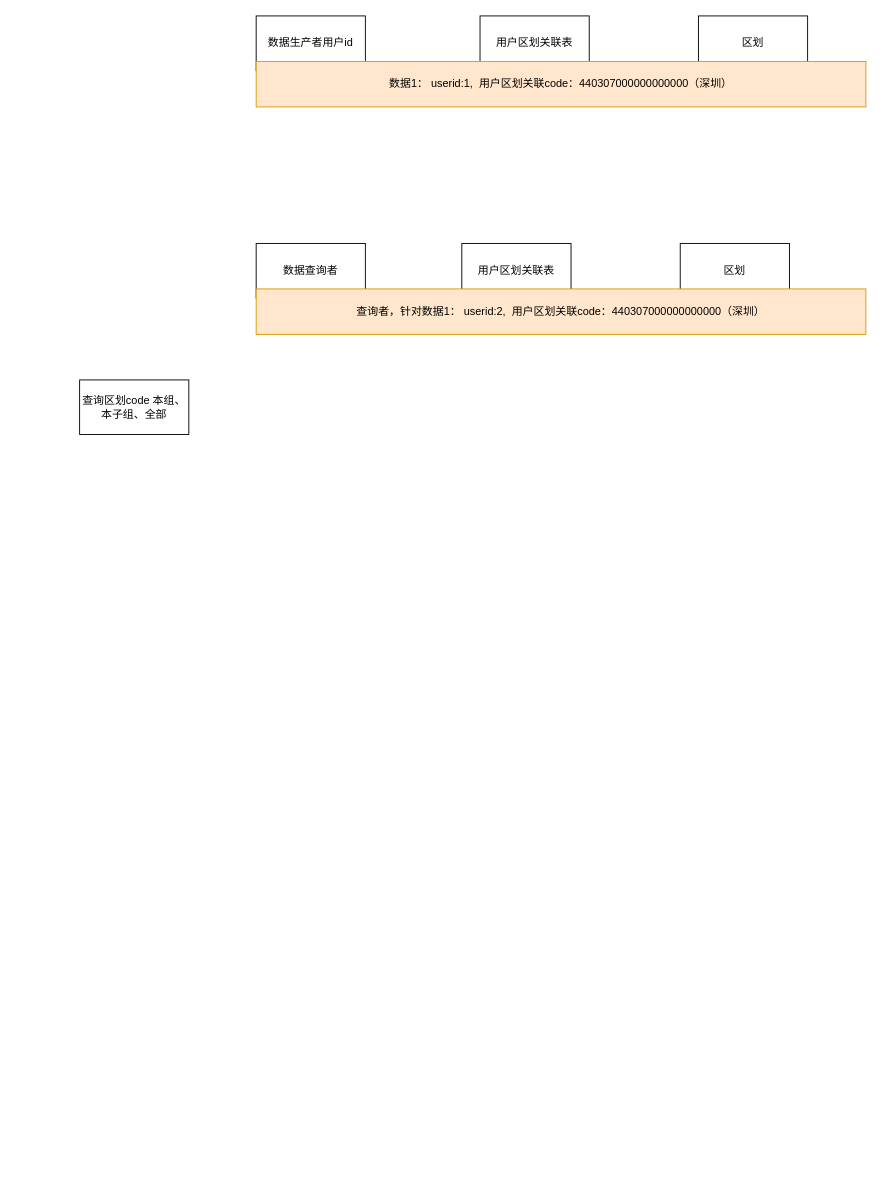
Before: qh/用户中心.drawio in shaominghuiwhatsup/graph, a draw.io diagram. Source tidied: cells renumbered, new cells numbered last; positions are measured from the earlier drawing's top-left corner, leaving out a move shared by most shapes. Both pictures are drawn from the tidied source at 91%, with x=0, y=0 at pixel (79, 15).
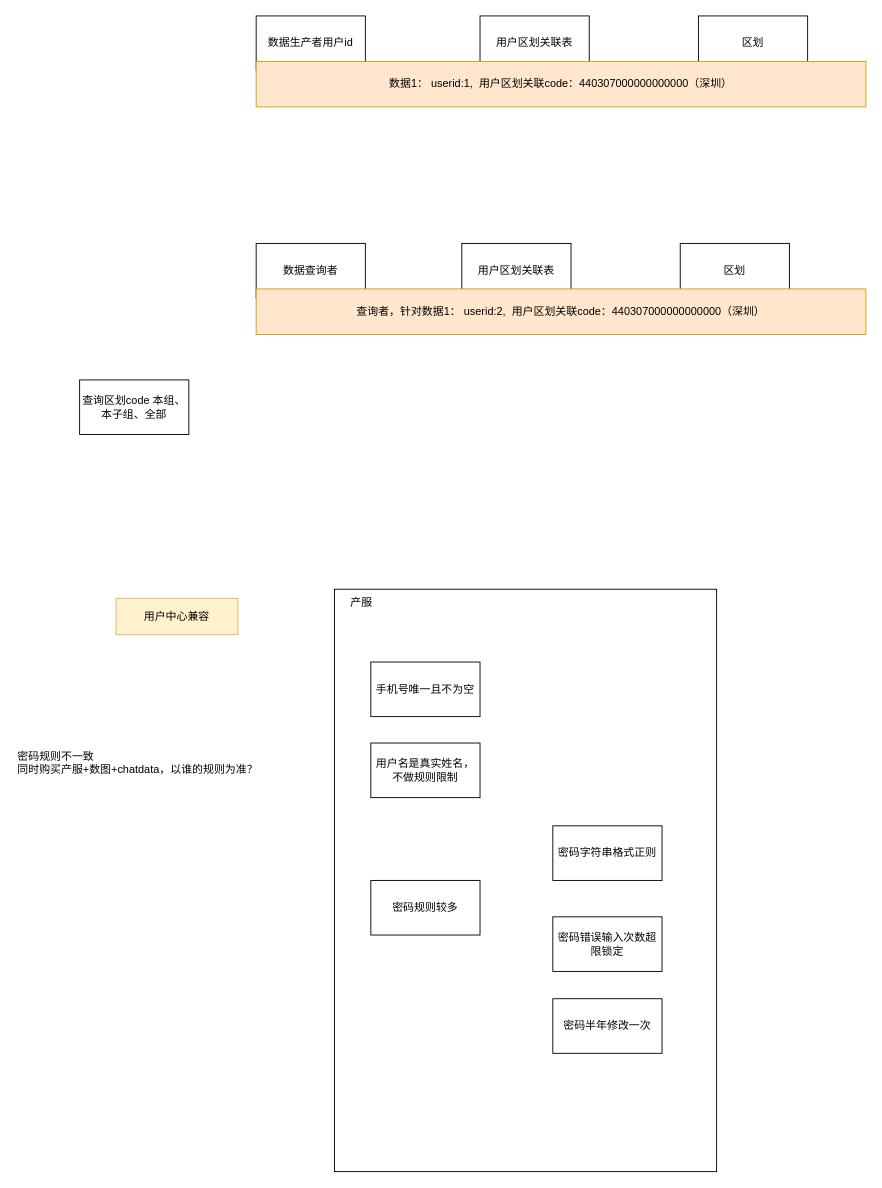
Above is the later version.

Commit message:
更新用户中心.drawio

The edit, as a diff of the source:
```diff
@@
+    <mxCell id="11" style="rounded=0;whiteSpace=wrap;html=1;" parent="1" vertex="1">
+      <mxGeometry x="280" y="630" width="420" height="640" as="geometry" />
+    </mxCell>
@@
+    <mxCell id="12" value="手机号唯一且不为空" style="rounded=0;whiteSpace=wrap;html=1;" parent="1" vertex="1">
+      <mxGeometry x="320" y="710" width="120" height="60" as="geometry" />
+    </mxCell>
+    <mxCell id="13" value="用户名是真实姓名，不做规则限制" style="rounded=0;whiteSpace=wrap;html=1;" parent="1" vertex="1">
+      <mxGeometry x="320" y="799" width="120" height="60" as="geometry" />
+    </mxCell>
+    <mxCell id="14" value="密码规则较多" style="rounded=0;whiteSpace=wrap;html=1;" parent="1" vertex="1">
+      <mxGeometry x="320" y="950" width="120" height="60" as="geometry" />
+    </mxCell>
+    <mxCell id="15" value="密码字符串格式正则" style="rounded=0;whiteSpace=wrap;html=1;" parent="1" vertex="1">
+      <mxGeometry x="520" y="890" width="120" height="60" as="geometry" />
+    </mxCell>
+    <mxCell id="16" value="密码错误输入次数超限锁定" style="rounded=0;whiteSpace=wrap;html=1;" parent="1" vertex="1">
+      <mxGeometry x="520" y="990" width="120" height="60" as="geometry" />
+    </mxCell>
+    <mxCell id="17" value="密码半年修改一次" style="rounded=0;whiteSpace=wrap;html=1;" parent="1" vertex="1">
+      <mxGeometry x="520" y="1080" width="120" height="60" as="geometry" />
+    </mxCell>
+    <mxCell id="18" value="产服" style="text;html=1;strokeColor=none;fillColor=none;align=center;verticalAlign=middle;whiteSpace=wrap;rounded=0;" parent="1" vertex="1">
+      <mxGeometry x="280" y="630" width="60" height="30" as="geometry" />
+    </mxCell>
+    <mxCell id="19" value="用户中心兼容" style="text;html=1;strokeColor=#d6b656;fillColor=#fff2cc;align=center;verticalAlign=middle;whiteSpace=wrap;rounded=0;" parent="1" vertex="1">
+      <mxGeometry x="40" y="640" width="134" height="40" as="geometry" />
+    </mxCell>
+    <mxCell id="20" value="密码规则不一致&lt;br&gt;同时购买产服+数图+chatdata，以谁的规则为准？" style="text;html=1;strokeColor=none;fillColor=none;align=left;verticalAlign=top;whiteSpace=wrap;rounded=0;" parent="1" vertex="1">
+      <mxGeometry x="-70" y="800" width="300" height="30" as="geometry" />
+    </mxCell>
```
